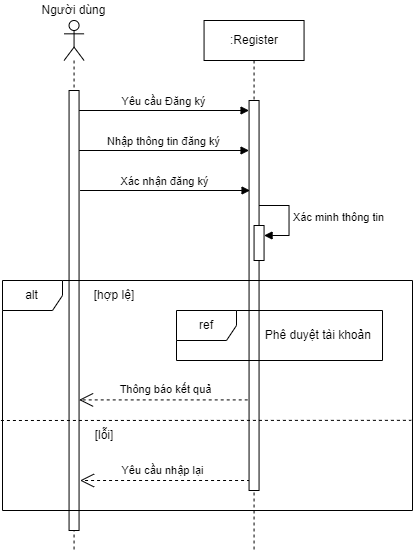
This is latex_thesis/Images/sequence/sequence_register.png from techcomrade/fmECG, a draw.io export, as it was before one commit. Source tidied: cells renumbered, new cells last; positions are measured from the earlier drawing's top-left corner, leaving out a move shared by most shapes.
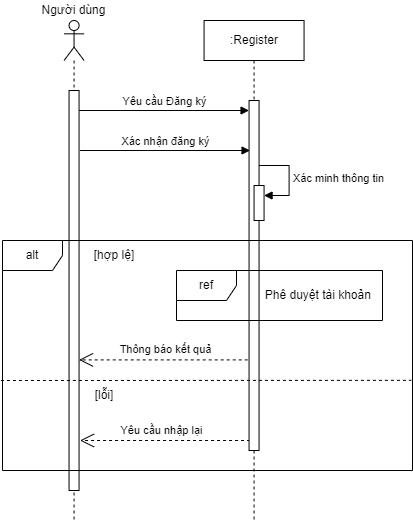
The same diagram one commit later.

Commit message:
fix(thesis): update sequence diagram

Diff of the diagram source:
```diff
@@ -4,15 +4,9 @@
     <mxCell id="1" parent="0" />
     <mxCell id="2" value="Yêu cầu Đăng ký" style="html=1;verticalAlign=bottom;endArrow=block;curved=0;rounded=0;" parent="1" edge="1" target="11">
       <mxGeometry relative="1" as="geometry">
-        <mxPoint x="78.6" y="110" as="sourcePoint" />
+        <mxPoint x="78.6" y="150" as="sourcePoint" />
       </mxGeometry>
     </mxCell>
-    <mxCell id="3" value="Nhập thông tin đăng ký" style="html=1;verticalAlign=bottom;endArrow=block;curved=0;rounded=0;" parent="1" edge="1">
-      <mxGeometry relative="1" as="geometry">
-        <mxPoint x="78.6" y="150" as="sourcePoint" />
-        <mxPoint x="248.6" y="150" as="targetPoint" />
-      </mxGeometry>
-    </mxCell>
     <mxCell id="4" value="[hợp lệ]" style="text;html=1;strokeColor=none;fillColor=none;align=center;verticalAlign=middle;whiteSpace=wrap;rounded=0;" parent="1" vertex="1">
       <mxGeometry x="73.6" y="280" width="80.2" height="30" as="geometry" />
     </mxCell>
@@ -27,28 +21,28 @@
       </mxGeometry>
     </mxCell>
     <mxCell id="7" value="&lt;div&gt;&lt;br&gt;&lt;/div&gt;" style="shape=umlLifeline;perimeter=lifelinePerimeter;whiteSpace=wrap;html=1;newEdgeStyle={&quot;curved&quot;:0,&quot;rounded&quot;:0};participant=umlActor;" parent="1" vertex="1">
-      <mxGeometry x="63.6" y="20" width="20" height="530" as="geometry" />
+      <mxGeometry x="63.6" y="60" width="20" height="500" as="geometry" />
     </mxCell>
     <mxCell id="8" style="html=1;perimeter=orthogonalPerimeter;targetShapes=umlLifeline;newEdgeStyle={&quot;curved&quot;:0,&quot;rounded&quot;:0};" parent="7" vertex="1">
-      <mxGeometry x="5" y="70" width="10" height="440" as="geometry" />
+      <mxGeometry x="5" y="70" width="10" height="400" as="geometry" />
     </mxCell>
     <mxCell id="9" value="Người dùng" style="text;html=1;strokeColor=none;fillColor=none;align=center;verticalAlign=middle;whiteSpace=wrap;rounded=0;" parent="1" vertex="1">
-      <mxGeometry x="39" width="69.1" height="20" as="geometry" />
+      <mxGeometry x="39" y="40" width="69.1" height="20" as="geometry" />
     </mxCell>
     <mxCell id="10" value=":Register" style="shape=umlLifeline;perimeter=lifelinePerimeter;whiteSpace=wrap;html=1;newEdgeStyle={&quot;curved&quot;:0,&quot;rounded&quot;:0};" parent="1" vertex="1">
-      <mxGeometry x="203.6" y="20" width="100" height="530" as="geometry" />
+      <mxGeometry x="203.6" y="60" width="100" height="500" as="geometry" />
     </mxCell>
     <mxCell id="11" style="html=1;points=[[0,0,0,0,5],[0,1,0,0,-5],[1,0,0,0,5],[1,1,0,0,-5]];perimeter=orthogonalPerimeter;outlineConnect=0;targetShapes=umlLifeline;portConstraint=eastwest;newEdgeStyle={&quot;curved&quot;:0,&quot;rounded&quot;:0};" parent="10" vertex="1">
-      <mxGeometry x="45" y="80" width="10" height="390" as="geometry" />
+      <mxGeometry x="45" y="80" width="10" height="350" as="geometry" />
     </mxCell>
     <mxCell id="12" style="html=1;points=[[0,0,0,0,5],[0,1,0,0,-5],[1,0,0,0,5],[1,1,0,0,-5]];perimeter=orthogonalPerimeter;outlineConnect=0;targetShapes=umlLifeline;portConstraint=eastwest;newEdgeStyle={&quot;curved&quot;:0,&quot;rounded&quot;:0};" parent="10" vertex="1">
-      <mxGeometry x="50" y="205" width="10" height="35" as="geometry" />
+      <mxGeometry x="50" y="165" width="10" height="35" as="geometry" />
     </mxCell>
     <mxCell id="13" value="Xác minh thông tin" style="html=1;align=left;spacingLeft=2;endArrow=block;rounded=0;edgeStyle=orthogonalEdgeStyle;curved=0;rounded=0;" parent="10" edge="1" target="12">
       <mxGeometry relative="1" as="geometry">
-        <mxPoint x="55" y="185" as="sourcePoint" />
+        <mxPoint x="55" y="145" as="sourcePoint" />
         <Array as="points">
-          <mxPoint x="85" y="215" />
+          <mxPoint x="85" y="175" />
         </Array>
       </mxGeometry>
     </mxCell>
```
